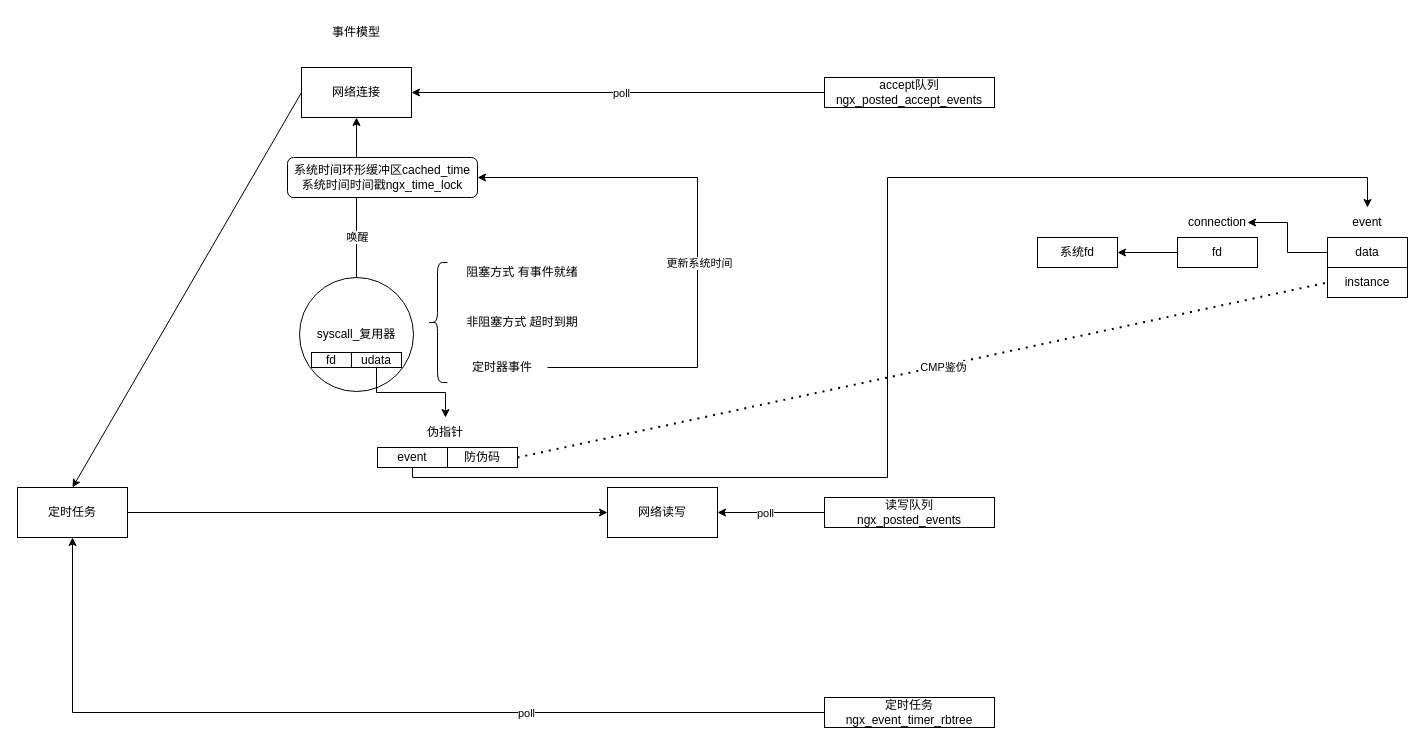
The draw.io diagram my_docs/nginx/event.drawio in Bannirui/Bannirui.github.io, before the edit. Source tidied: cells renumbered, new cells numbered last; positions are measured from the earlier drawing's top-left corner, leaving out a move shared by most shapes. Both pictures are drawn from the tidied source at 100%, with x=0, y=0 at pixel (17, 17).
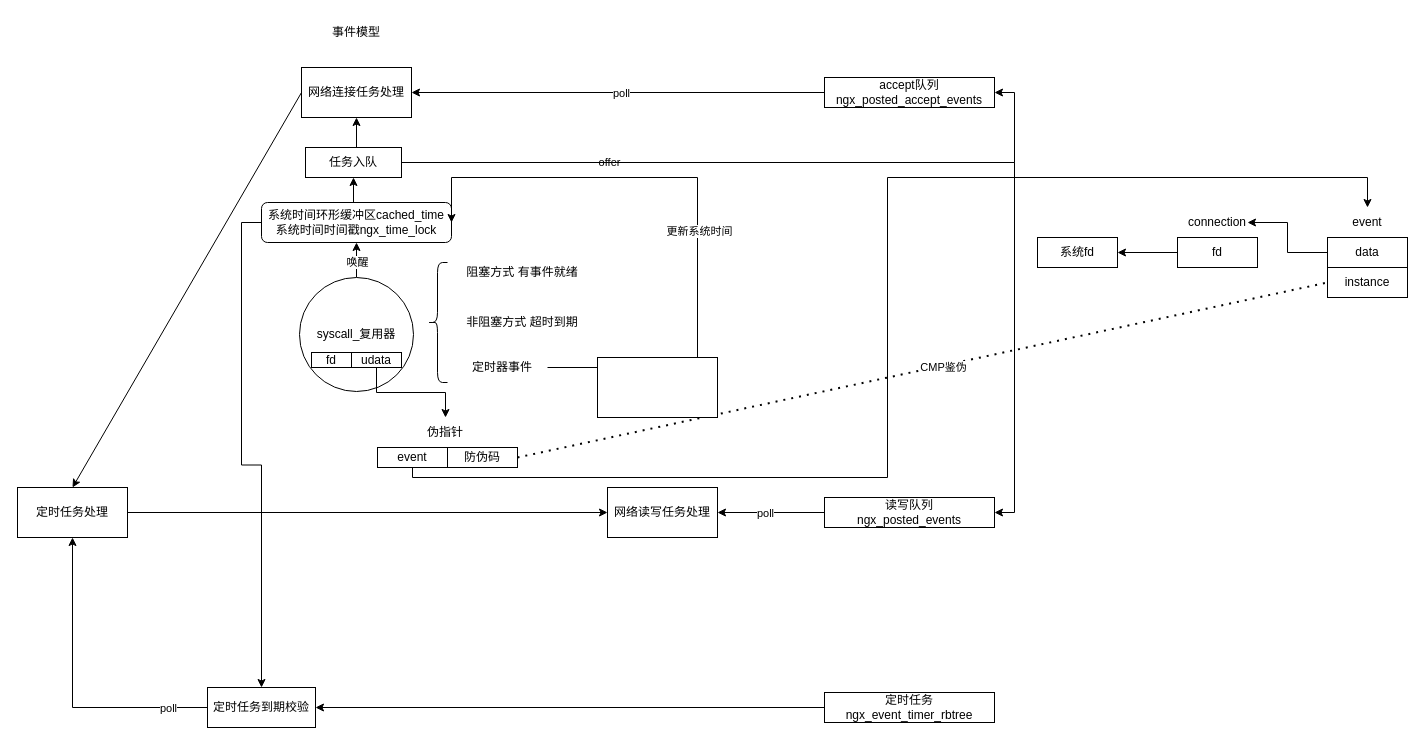
Above is the later version.

The change refers to these unchanged cells:
```xml
<mxCell id="8" value="syscall_复用器" style="ellipse;whiteSpace=wrap;html=1;" parent="1" vertex="1">
  <mxGeometry x="282" y="260" width="114" height="114" as="geometry" />
</mxCell>
<mxCell id="11" value="accept队列ngx_posted_accept_events" style="rounded=0;whiteSpace=wrap;html=1;" parent="1" vertex="1">
  <mxGeometry x="807" y="60" width="170" height="30" as="geometry" />
</mxCell>
<mxCell id="17" value="读写队列&lt;div&gt;ngx_posted_events&lt;/div&gt;" style="rounded=0;whiteSpace=wrap;html=1;" parent="1" vertex="1">
  <mxGeometry x="807" y="480" width="170" height="30" as="geometry" />
</mxCell>
```

Change to the diagram source:
```diff
@@
-    <mxCell id="2" value="网络连接" style="rounded=0;whiteSpace=wrap;html=1;" parent="1" vertex="1">
+    <mxCell id="2" value="网络连接任务处理" style="rounded=0;whiteSpace=wrap;html=1;" parent="1" vertex="1">
       <mxGeometry x="284" y="50" width="110" height="50" as="geometry" />
     </mxCell>
-    <mxCell id="3" value="定时任务" style="rounded=0;whiteSpace=wrap;html=1;" parent="1" vertex="1">
+    <mxCell id="3" value="定时任务处理" style="rounded=0;whiteSpace=wrap;html=1;" parent="1" vertex="1">
       <mxGeometry y="470" width="110" height="50" as="geometry" />
     </mxCell>
-    <mxCell id="4" value="网络读写" style="rounded=0;whiteSpace=wrap;html=1;" parent="1" vertex="1">
+    <mxCell id="4" value="网络读写任务处理" style="rounded=0;whiteSpace=wrap;html=1;" parent="1" vertex="1">
       <mxGeometry x="590" y="470" width="110" height="50" as="geometry" />
     </mxCell>
@@
+    <mxCell id="44" style="edgeStyle=orthogonalEdgeStyle;rounded=0;jettySize=auto;html=1;exitX=0.5;exitY=0;exitDx=0;exitDy=0;entryX=0.5;entryY=1;entryDx=0;entryDy=0;" parent="1" edge="1" source="8" target="19">
+      <mxGeometry relative="1" as="geometry" />
+    </mxCell>
-    <mxCell id="7" value="唤醒" style="edgeStyle=orthogonalEdgeStyle;rounded=0;jettySize=auto;html=1;exitX=0.5;exitY=0;exitDx=0;exitDy=0;entryX=0.5;entryY=1;entryDx=0;entryDy=0;" parent="1" edge="1" source="8" target="2">
-      <mxGeometry x="-0.5" y="-1" relative="1" as="geometry" />
+    <mxCell id="7" value="唤醒" style="edgeLabel;html=1;align=center;verticalAlign=middle;" parent="44" vertex="1">
+      <mxGeometry x="-0.09" relative="1" as="geometry" />
     </mxCell>
@@
-    <mxCell id="12" style="edgeStyle=orthogonalEdgeStyle;rounded=0;jettySize=auto;html=1;exitX=0;exitY=0.5;exitDx=0;exitDy=0;entryX=0.5;entryY=1;entryDx=0;entryDy=0;" parent="1" edge="1" source="14" target="3">
+    <mxCell id="12" style="edgeStyle=orthogonalEdgeStyle;rounded=0;jettySize=auto;html=1;exitX=0;exitY=0.5;exitDx=0;exitDy=0;entryX=0.5;entryY=1;entryDx=0;entryDy=0;" parent="1" edge="1" source="48" target="3">
       <mxGeometry relative="1" as="geometry" />
     </mxCell>
     <mxCell id="13" value="poll" style="edgeLabel;html=1;align=center;verticalAlign=middle;" parent="12" vertex="1">
       <mxGeometry x="-0.53" y="-3" relative="1" as="geometry">
-        <mxPoint x="-81" y="3" as="offset" />
+        <mxPoint x="32" y="3" as="offset" />
       </mxGeometry>
     </mxCell>
+    <mxCell id="45" style="edgeStyle=orthogonalEdgeStyle;rounded=0;jettySize=auto;html=1;exitX=0;exitY=0.5;exitDx=0;exitDy=0;entryX=1;entryY=0.5;entryDx=0;entryDy=0;" parent="1" edge="1" source="14" target="48">
+      <mxGeometry relative="1" as="geometry" />
+    </mxCell>
     <mxCell id="14" value="定时任务ngx_event_timer_rbtree" style="rounded=0;whiteSpace=wrap;html=1;" parent="1" vertex="1">
-      <mxGeometry x="807" y="680" width="170" height="30" as="geometry" />
+      <mxGeometry x="807" y="675" width="170" height="30" as="geometry" />
     </mxCell>
@@
+    <mxCell id="46" style="edgeStyle=orthogonalEdgeStyle;rounded=0;jettySize=auto;html=1;exitX=0;exitY=0.5;exitDx=0;exitDy=0;" parent="1" edge="1" source="19" target="48">
+      <mxGeometry relative="1" as="geometry" />
+    </mxCell>
+    <mxCell id="47" style="edgeStyle=orthogonalEdgeStyle;rounded=0;jettySize=auto;html=1;exitX=0.5;exitY=0;exitDx=0;exitDy=0;entryX=0.5;entryY=1;entryDx=0;entryDy=0;" parent="1" edge="1" source="19" target="54">
+      <mxGeometry relative="1" as="geometry" />
+    </mxCell>
     <mxCell id="19" value="系统时间环形缓冲区&lt;span style=&quot;background-color: transparent; color: light-dark(rgb(0, 0, 0), rgb(255, 255, 255));&quot;&gt;cached_time&lt;/span&gt;&lt;div&gt;系统时间时间戳ngx_time_lock&lt;/div&gt;" style="rounded=1;whiteSpace=wrap;html=1;" parent="1" vertex="1">
-      <mxGeometry x="270" y="140" width="190" height="40" as="geometry" />
+      <mxGeometry x="244" y="185" width="190" height="40" as="geometry" />
     </mxCell>
@@
+    <mxCell id="48" value="定时任务到期校验" style="rounded=0;whiteSpace=wrap;html=1;" parent="1" vertex="1">
+      <mxGeometry x="190" y="670" width="108" height="40" as="geometry" />
+    </mxCell>
+    <mxCell id="49" style="rounded=0;whiteSpace=wrap;html=1;" parent="1" vertex="1">
+      <mxGeometry x="580" y="340" width="120" height="60" as="geometry" />
+    </mxCell>
+    <mxCell id="50" style="edgeStyle=orthogonalEdgeStyle;rounded=0;jettySize=auto;html=1;exitX=0.5;exitY=0;exitDx=0;exitDy=0;entryX=0.5;entryY=1;entryDx=0;entryDy=0;" parent="1" edge="1" source="54" target="2">
+      <mxGeometry relative="1" as="geometry" />
+    </mxCell>
+    <mxCell id="51" style="edgeStyle=orthogonalEdgeStyle;rounded=0;jettySize=auto;html=1;exitX=1;exitY=0.5;exitDx=0;exitDy=0;entryX=1;entryY=0.5;entryDx=0;entryDy=0;" parent="1" edge="1" source="54" target="11">
+      <mxGeometry relative="1" as="geometry" />
+    </mxCell>
+    <mxCell id="52" value="offer" style="edgeLabel;html=1;align=center;verticalAlign=middle;" parent="51" vertex="1">
+      <mxGeometry x="-0.41" y="1" relative="1" as="geometry" />
+    </mxCell>
+    <mxCell id="53" style="edgeStyle=orthogonalEdgeStyle;rounded=0;jettySize=auto;html=1;exitX=1;exitY=0.5;exitDx=0;exitDy=0;entryX=1;entryY=0.5;entryDx=0;entryDy=0;" parent="1" edge="1" source="54" target="17">
+      <mxGeometry relative="1" as="geometry">
+        <Array as="points">
+          <mxPoint x="997" y="145" />
+          <mxPoint x="997" y="495" />
+        </Array>
+      </mxGeometry>
+    </mxCell>
+    <mxCell id="54" value="任务入队" style="rounded=0;whiteSpace=wrap;html=1;" parent="1" vertex="1">
+      <mxGeometry x="288" y="130" width="96" height="30" as="geometry" />
+    </mxCell>
```
